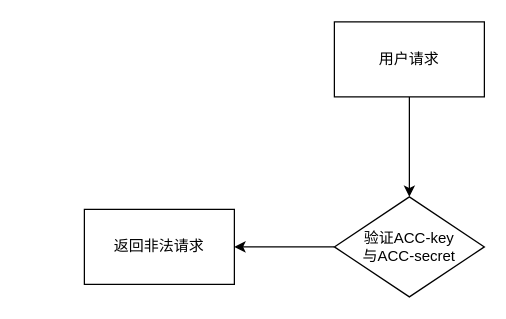
Above: 后台接口.drawio in miracleEverywhere/draw.io (draw.io), before the change. Source tidied: cells renumbered, new cells numbered last; positions are measured from the earlier drawing's top-left corner, leaving out a move shared by most shapes. Both pictures are drawn from the tidied source at 125%, with x=0, y=0 at pixel (84, 21).
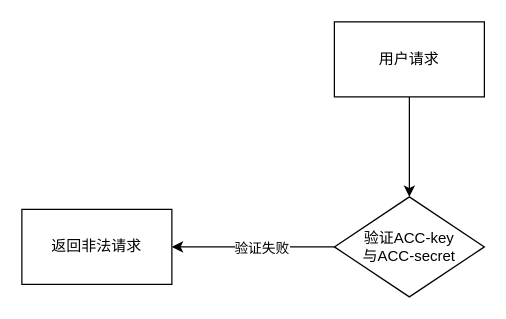
The same page after the edit.

Commit message (it also covers changes not shown here):
更新后台接口.drawio

Change to the diagram source:
```diff
@@
 <mxGraphModel>
   <root>
     <mxCell id="0" />
     <mxCell id="1" parent="0" />
     <mxCell id="2" style="edgeStyle=orthogonalEdgeStyle;rounded=0;jettySize=auto;html=1;exitX=0.5;exitY=1;exitDx=0;exitDy=0;entryX=0.5;entryY=0;entryDx=0;entryDy=0;" parent="1" edge="1" source="3" target="5">
       <mxGeometry relative="1" as="geometry" />
     </mxCell>
     <mxCell id="3" value="用户请求" style="rounded=0;whiteSpace=wrap;html=1;" parent="1" vertex="1">
       <mxGeometry x="200" width="120" height="60" as="geometry" />
     </mxCell>
     <mxCell id="4" style="edgeStyle=orthogonalEdgeStyle;rounded=0;jettySize=auto;html=1;exitX=0;exitY=0.5;exitDx=0;exitDy=0;entryX=1;entryY=0.5;entryDx=0;entryDy=0;" parent="1" edge="1" source="5" target="6">
       <mxGeometry relative="1" as="geometry" />
     </mxCell>
+    <mxCell id="7" value="验证失败" style="edgeLabel;html=1;align=center;verticalAlign=middle;" parent="4" vertex="1">
+      <mxGeometry x="-0.09" y="-2" relative="1" as="geometry">
+        <mxPoint y="2" as="offset" />
+      </mxGeometry>
+    </mxCell>
     <mxCell id="5" value="验证ACC-key&lt;div&gt;与ACC-secret&lt;/div&gt;" style="rhombus;whiteSpace=wrap;html=1;" parent="1" vertex="1">
       <mxGeometry x="200" y="140" width="120" height="80" as="geometry" />
     </mxCell>
     <mxCell id="6" value="返回非法请求" style="rounded=0;whiteSpace=wrap;html=1;" parent="1" vertex="1">
-      <mxGeometry y="150" width="120" height="60" as="geometry" />
+      <mxGeometry x="-50" y="150" width="120" height="60" as="geometry" />
     </mxCell>
   </root>
 </mxGraphModel>
```
